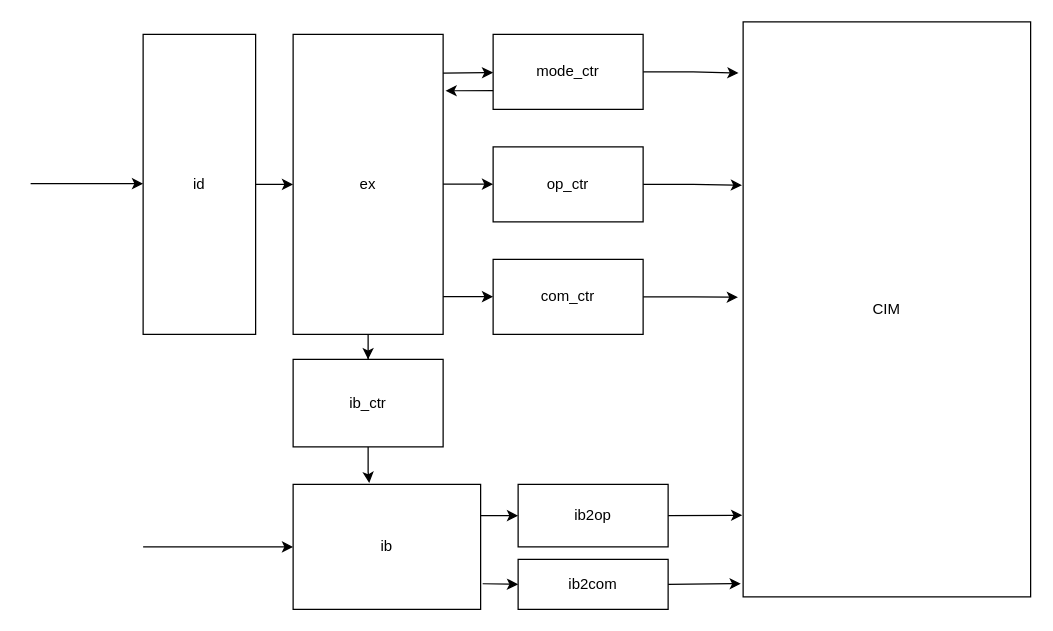
Devil-SX/draw-io keeps this draw.io diagram as page "CIM read & write" (2 of 2) of CIM_IS.drawio. Above is the earlier version. Source tidied: cells renumbered, new cells numbered last; positions are measured from the earlier drawing's top-left corner, leaving out a move shared by most shapes. Both pictures are drawn from the tidied source at 125%, with x=0, y=0 at pixel (30, 21).
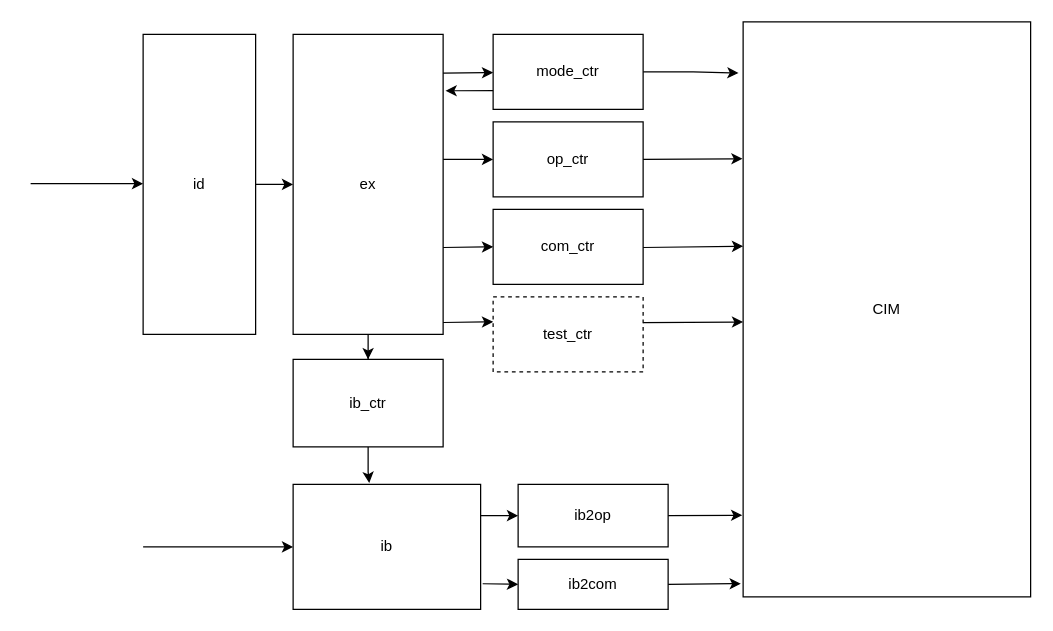
Above is the later version.

The change refers to these unchanged cells:
```xml
<mxCell id="2" value="CIM" style="rounded=0;whiteSpace=wrap;html=1;" parent="1" vertex="1">
  <mxGeometry x="570" width="230" height="460" as="geometry" />
</mxCell>
```

The edit, as a diff of the source:
```diff
@@
-    <mxCell id="5" style="edgeStyle=orthogonalEdgeStyle;rounded=0;jettySize=auto;html=1;entryX=-0.004;entryY=0.284;entryDx=0;entryDy=0;entryPerimeter=0;" parent="1" edge="1" source="6" target="2">
-      <mxGeometry relative="1" as="geometry" />
-    </mxCell>
     <mxCell id="6" value="op_ctr" style="rounded=0;whiteSpace=wrap;html=1;" parent="1" vertex="1">
-      <mxGeometry x="370" y="100" width="120" height="60" as="geometry" />
+      <mxGeometry x="370" y="80" width="120" height="60" as="geometry" />
     </mxCell>
-    <mxCell id="7" style="edgeStyle=orthogonalEdgeStyle;rounded=0;jettySize=auto;html=1;entryX=-0.018;entryY=0.479;entryDx=0;entryDy=0;entryPerimeter=0;" parent="1" edge="1" source="8" target="2">
-      <mxGeometry relative="1" as="geometry" />
-    </mxCell>
     <mxCell id="8" value="com_ctr" style="rounded=0;whiteSpace=wrap;html=1;" parent="1" vertex="1">
-      <mxGeometry x="370" y="190" width="120" height="60" as="geometry" />
+      <mxGeometry x="370" y="150" width="120" height="60" as="geometry" />
     </mxCell>
@@
-    <mxCell id="12" style="endArrow=classic;html=1;rounded=0;" parent="1" edge="1">
-      <mxGeometry relative="1" as="geometry">
-        <mxPoint x="330" y="129.8" as="sourcePoint" />
-        <mxPoint x="370" y="129.8" as="targetPoint" />
-      </mxGeometry>
-    </mxCell>
-    <mxCell id="13" style="endArrow=classic;html=1;rounded=0;" parent="1" edge="1">
-      <mxGeometry relative="1" as="geometry">
-        <mxPoint x="330" y="219.8" as="sourcePoint" />
-        <mxPoint x="370" y="219.8" as="targetPoint" />
-      </mxGeometry>
-    </mxCell>
@@
+    <mxCell id="5" style="endArrow=classic;html=1;rounded=0;exitX=1;exitY=0.5;exitDx=0;exitDy=0;entryX=-0.002;entryY=0.238;entryDx=0;entryDy=0;entryPerimeter=0;" parent="1" edge="1" source="6" target="2">
+      <mxGeometry relative="1" as="geometry" />
+    </mxCell>
+    <mxCell id="28" style="endArrow=classic;html=1;rounded=0;exitX=1.001;exitY=0.458;exitDx=0;exitDy=0;exitPerimeter=0;" parent="1" edge="1">
+      <mxGeometry relative="1" as="geometry">
+        <mxPoint x="330" y="110" as="sourcePoint" />
+        <mxPoint x="370" y="110" as="targetPoint" />
+      </mxGeometry>
+    </mxCell>
+    <mxCell id="29" style="endArrow=classic;html=1;rounded=0;exitX=1;exitY=0.5;exitDx=0;exitDy=0;entryX=-0.002;entryY=0.238;entryDx=0;entryDy=0;entryPerimeter=0;" parent="1" edge="1">
+      <mxGeometry relative="1" as="geometry">
+        <mxPoint x="490" y="180.5" as="sourcePoint" />
+        <mxPoint x="570" y="179.5" as="targetPoint" />
+      </mxGeometry>
+    </mxCell>
+    <mxCell id="30" style="endArrow=classic;html=1;rounded=0;exitX=1;exitY=0.5;exitDx=0;exitDy=0;" parent="1" edge="1">
+      <mxGeometry relative="1" as="geometry">
+        <mxPoint x="330" y="180.5" as="sourcePoint" />
+        <mxPoint x="370" y="180" as="targetPoint" />
+      </mxGeometry>
+    </mxCell>
+    <mxCell id="31" value="test_ctr" style="rounded=0;whiteSpace=wrap;html=1;dashed=1;" parent="1" vertex="1">
+      <mxGeometry x="370" y="220" width="120" height="60" as="geometry" />
+    </mxCell>
+    <mxCell id="32" style="endArrow=classic;html=1;rounded=0;exitX=1;exitY=0.5;exitDx=0;exitDy=0;" parent="1" edge="1">
+      <mxGeometry relative="1" as="geometry">
+        <mxPoint x="330" y="240.5" as="sourcePoint" />
+        <mxPoint x="370" y="240" as="targetPoint" />
+      </mxGeometry>
+    </mxCell>
+    <mxCell id="33" style="endArrow=classic;html=1;rounded=0;exitX=1;exitY=0.5;exitDx=0;exitDy=0;entryX=0;entryY=0.522;entryDx=0;entryDy=0;entryPerimeter=0;" parent="1" edge="1" target="2">
+      <mxGeometry relative="1" as="geometry">
+        <mxPoint x="490" y="240.5" as="sourcePoint" />
+      </mxGeometry>
+    </mxCell>
```
